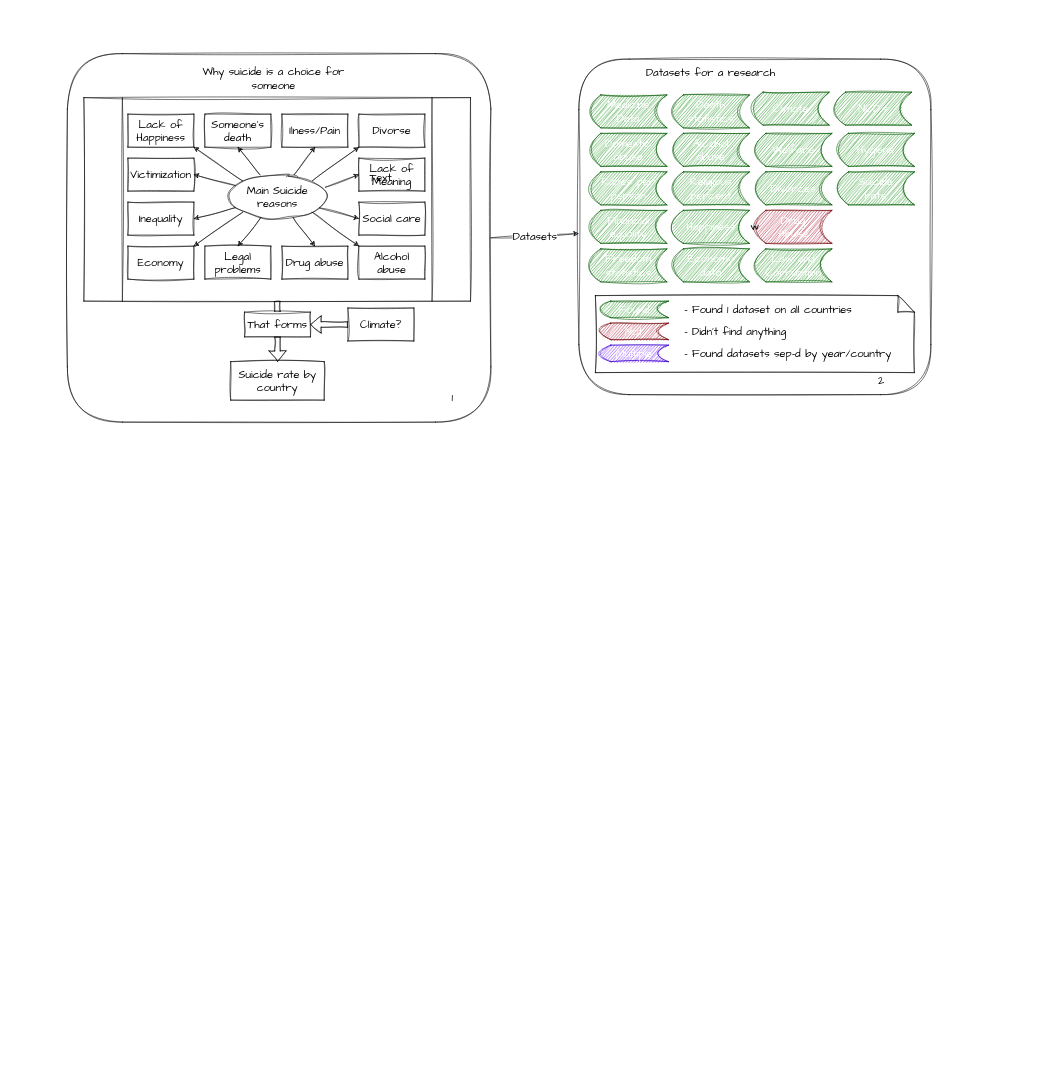
Above: Schema.drawio in BaakhOfficial/Suicide-Rate-Analysis (draw.io), before the change. Source tidied: cells renumbered, new cells numbered last; positions are measured from the earlier drawing's top-left corner, leaving out a move shared by most shapes. Both pictures are drawn from the tidied source at 55%, with x=0, y=0 at pixel (67, 53).
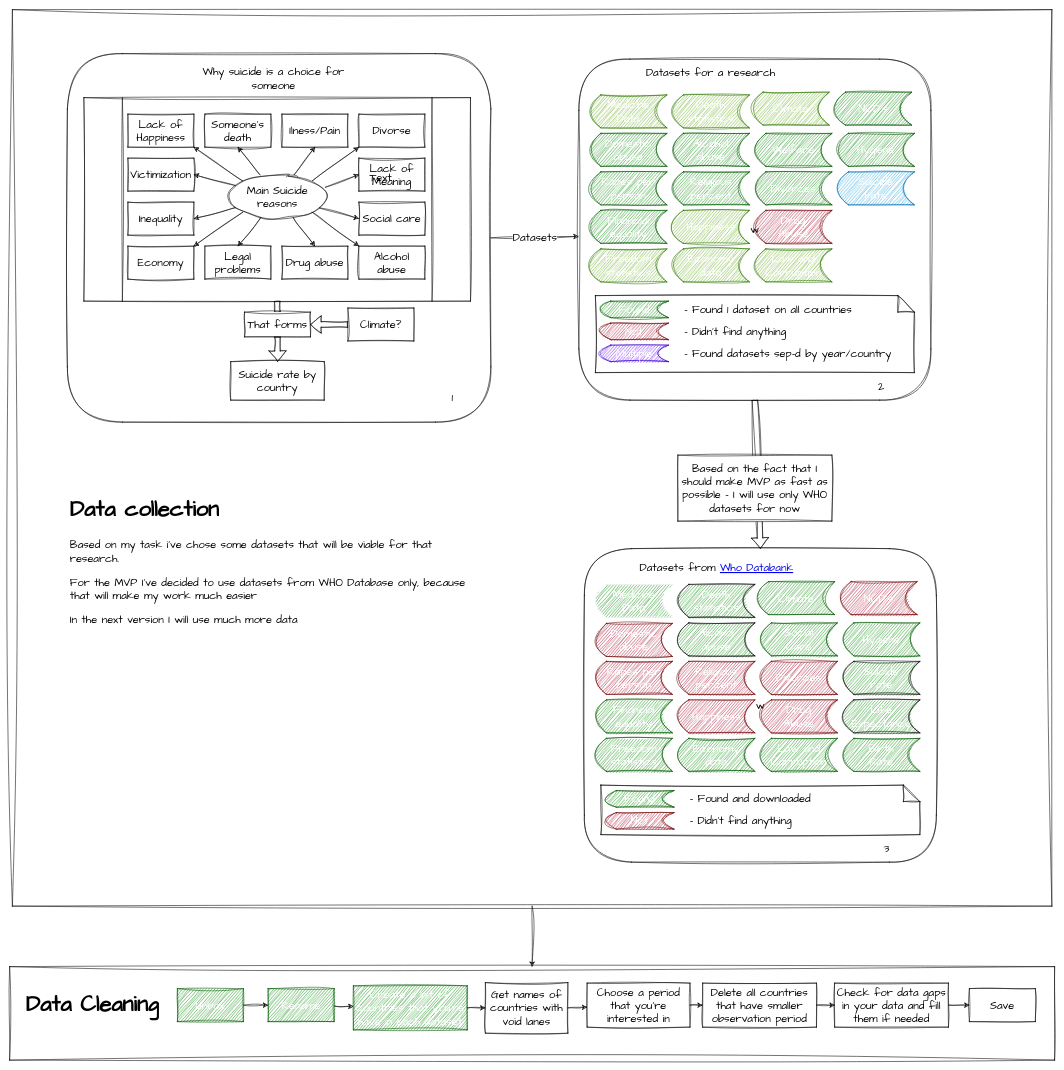
The same diagram, later.

Diff of the diagram source:
```diff
@@
+    <mxCell id="68" style="whiteSpace=wrap;html=1;fontSize=20;fontFamily=Architects Daughter;fillColor=none;rounded=0;sketch=1;hachureGap=4;jiggle=2;curveFitting=1;" parent="1" vertex="1">
+      <mxGeometry x="-105" y="1660" width="1900" height="170" as="geometry" />
+    </mxCell>
+    <mxCell id="69" style="edgeStyle=none;sketch=1;hachureGap=4;jiggle=2;curveFitting=1;html=1;fontFamily=Architects Daughter;fontSize=16;" parent="1" edge="1" source="70" target="68">
+      <mxGeometry relative="1" as="geometry" />
+    </mxCell>
+    <mxCell id="70" style="rounded=0;whiteSpace=wrap;html=1;sketch=1;hachureGap=4;jiggle=2;curveFitting=1;fontFamily=Architects Daughter;fontSize=20;fillColor=none;" parent="1" vertex="1">
+      <mxGeometry x="-100" y="-80" width="1890" height="1630" as="geometry" />
+    </mxCell>
+    <mxCell id="71" value="w" style="rounded=1;whiteSpace=wrap;html=1;sketch=1;hachureGap=4;jiggle=2;curveFitting=1;fontFamily=Architects Daughter;fontSize=20;fontColor=none;fillColor=none;" parent="1" vertex="1">
+      <mxGeometry x="940" y="900" width="640" height="570" as="geometry" />
+    </mxCell>
+    <mxCell id="72" style="shape=note;whiteSpace=wrap;html=1;backgroundOutline=1;darkOpacity=0.05;sketch=1;hachureGap=4;jiggle=2;curveFitting=1;fontFamily=Architects Daughter;fontSize=20;fillColor=none;" parent="1" vertex="1">
+      <mxGeometry x="970" y="1330" width="580" height="90" as="geometry" />
+    </mxCell>
     <mxCell id="2" value="w" style="rounded=1;whiteSpace=wrap;html=1;sketch=1;hachureGap=4;jiggle=2;curveFitting=1;fontFamily=Architects Daughter;fontSize=20;fontColor=none;fillColor=none;" parent="1" vertex="1">
-      <mxGeometry x="930" y="10" width="640" height="610" as="geometry" />
+      <mxGeometry x="930" y="10" width="640" height="620" as="geometry" />
     </mxCell>
@@
-    <mxCell id="39" value="Happiness" style="shape=dataStorage;whiteSpace=wrap;html=1;fixedSize=1;sketch=1;hachureGap=4;jiggle=2;curveFitting=1;fontFamily=Architects Daughter;fontSize=20;fillColor=#008a00;fontColor=#ffffff;strokeColor=#005700;" parent="1" vertex="1">
+    <mxCell id="39" value="Happiness" style="shape=dataStorage;whiteSpace=wrap;html=1;fixedSize=1;sketch=1;hachureGap=4;jiggle=2;curveFitting=1;fontFamily=Architects Daughter;fontSize=20;fillColor=#60a917;fontColor=#ffffff;strokeColor=#2D7600;" parent="1" vertex="1">
       <mxGeometry x="1100" y="285" width="140" height="60" as="geometry" />
     </mxCell>
@@
-    <mxCell id="44" value="Death statistics" style="shape=dataStorage;whiteSpace=wrap;html=1;fixedSize=1;sketch=1;hachureGap=4;jiggle=2;curveFitting=1;fontFamily=Architects Daughter;fontSize=20;fillColor=#008a00;fontColor=#ffffff;strokeColor=#005700;" parent="1" vertex="1">
+    <mxCell id="44" value="Death statistics" style="shape=dataStorage;whiteSpace=wrap;html=1;fixedSize=1;sketch=1;hachureGap=4;jiggle=2;curveFitting=1;fontFamily=Architects Daughter;fontSize=20;fillColor=#60a917;fontColor=#ffffff;strokeColor=#2D7600;" parent="1" vertex="1">
       <mxGeometry x="1100" y="75" width="140" height="60" as="geometry" />
     </mxCell>
-    <mxCell id="45" value="Medicine&lt;br&gt;Data" style="shape=dataStorage;whiteSpace=wrap;html=1;fixedSize=1;sketch=1;hachureGap=4;jiggle=2;curveFitting=1;fontFamily=Architects Daughter;fontSize=20;fillColor=#008a00;fontColor=#ffffff;strokeColor=#005700;" parent="1" vertex="1">
+    <mxCell id="45" value="Medicine&lt;br&gt;Data" style="shape=dataStorage;whiteSpace=wrap;html=1;fixedSize=1;sketch=1;hachureGap=4;jiggle=2;curveFitting=1;fontFamily=Architects Daughter;fontSize=20;fillColor=#60a917;fontColor=#ffffff;strokeColor=#2D7600;" parent="1" vertex="1">
       <mxGeometry x="950" y="75" width="140" height="60" as="geometry" />
     </mxCell>
@@
-    <mxCell id="49" value="Freedom statistics" style="shape=dataStorage;whiteSpace=wrap;html=1;fixedSize=1;sketch=1;hachureGap=4;jiggle=2;curveFitting=1;fontFamily=Architects Daughter;fontSize=20;fillColor=#008a00;fontColor=#ffffff;strokeColor=#005700;" parent="1" vertex="1">
+    <mxCell id="49" value="Freedom statistics" style="shape=dataStorage;whiteSpace=wrap;html=1;fixedSize=1;sketch=1;hachureGap=4;jiggle=2;curveFitting=1;fontFamily=Architects Daughter;fontSize=20;fillColor=#60a917;fontColor=#ffffff;strokeColor=#2D7600;" parent="1" vertex="1">
       <mxGeometry x="950" y="355" width="140" height="60" as="geometry" />
     </mxCell>
-    <mxCell id="50" value="Economy&lt;br&gt;data" style="shape=dataStorage;whiteSpace=wrap;html=1;fixedSize=1;sketch=1;hachureGap=4;jiggle=2;curveFitting=1;fontFamily=Architects Daughter;fontSize=20;fillColor=#008a00;fontColor=#ffffff;strokeColor=#005700;" parent="1" vertex="1">
+    <mxCell id="50" value="Economy&lt;br&gt;data" style="shape=dataStorage;whiteSpace=wrap;html=1;fixedSize=1;sketch=1;hachureGap=4;jiggle=2;curveFitting=1;fontFamily=Architects Daughter;fontSize=20;fillColor=#60a917;fontColor=#ffffff;strokeColor=#2D7600;" parent="1" vertex="1">
       <mxGeometry x="1100" y="355" width="140" height="60" as="geometry" />
     </mxCell>
-    <mxCell id="51" value="Law and Corruption" style="shape=dataStorage;whiteSpace=wrap;html=1;fixedSize=1;sketch=1;hachureGap=4;jiggle=2;curveFitting=1;fontFamily=Architects Daughter;fontSize=20;fillColor=#008a00;fontColor=#ffffff;strokeColor=#005700;" parent="1" vertex="1">
+    <mxCell id="51" value="Law and Corruption" style="shape=dataStorage;whiteSpace=wrap;html=1;fixedSize=1;sketch=1;hachureGap=4;jiggle=2;curveFitting=1;fontFamily=Architects Daughter;fontSize=20;fillColor=#60a917;fontColor=#ffffff;strokeColor=#2D7600;" parent="1" vertex="1">
       <mxGeometry x="1250" y="355" width="140" height="60" as="geometry" />
     </mxCell>
@@
-    <mxCell id="55" value="Suicide&lt;br&gt;rate" style="shape=dataStorage;whiteSpace=wrap;html=1;fixedSize=1;sketch=1;hachureGap=4;jiggle=2;curveFitting=1;fontFamily=Architects Daughter;fontSize=20;fillColor=#008a00;fontColor=#ffffff;strokeColor=#005700;" parent="1" vertex="1">
+    <mxCell id="55" value="Suicide&lt;br&gt;rate" style="shape=dataStorage;whiteSpace=wrap;html=1;fixedSize=1;sketch=1;hachureGap=4;jiggle=2;curveFitting=1;fontFamily=Architects Daughter;fontSize=20;fillColor=#1ba1e2;fontColor=#ffffff;strokeColor=#006EAF;" parent="1" vertex="1">
       <mxGeometry x="1400" y="215" width="140" height="60" as="geometry" />
     </mxCell>
@@
     <mxCell id="57" value="2" style="text;html=1;strokeColor=none;fillColor=none;align=center;verticalAlign=middle;whiteSpace=wrap;rounded=0;sketch=1;hachureGap=4;jiggle=2;curveFitting=1;fontFamily=Architects Daughter;fontSize=20;" parent="1" vertex="1">
-      <mxGeometry x="1450" y="580" width="60" height="30" as="geometry" />
+      <mxGeometry x="1450" y="590" width="60" height="30" as="geometry" />
     </mxCell>
-    <mxCell id="58" value="Climate" style="shape=dataStorage;whiteSpace=wrap;html=1;fixedSize=1;sketch=1;hachureGap=4;jiggle=2;curveFitting=1;fontFamily=Architects Daughter;fontSize=20;fillColor=#008a00;fontColor=#ffffff;strokeColor=#005700;" parent="1" vertex="1">
+    <mxCell id="58" value="Climate" style="shape=dataStorage;whiteSpace=wrap;html=1;fixedSize=1;sketch=1;hachureGap=4;jiggle=2;curveFitting=1;fontFamily=Architects Daughter;fontSize=20;fillColor=#60a917;fontColor=#ffffff;strokeColor=#2D7600;" parent="1" vertex="1">
       <mxGeometry x="1245" y="70" width="140" height="60" as="geometry" />
     </mxCell>
@@
+    <mxCell id="73" style="shape=flexArrow;endArrow=classic;html=1;sketch=1;hachureGap=4;jiggle=2;curveFitting=1;fontFamily=Architects Daughter;fontSize=16;exitX=0.5;exitY=1;exitDx=0;exitDy=0;entryX=0.5;entryY=0;entryDx=0;entryDy=0;" parent="1" edge="1" source="2" target="71">
+      <mxGeometry relative="1" as="geometry" />
+    </mxCell>
+    <mxCell id="74" value="Based on the fact that I should make MVP as fast as possible - I will use only WHO datasets for now" style="rounded=0;whiteSpace=wrap;html=1;sketch=1;hachureGap=4;jiggle=2;curveFitting=1;fontFamily=Architects Daughter;fontSize=20;" parent="1" vertex="1">
+      <mxGeometry x="1110" y="730" width="280" height="120" as="geometry" />
+    </mxCell>
+    <mxCell id="75" value="Alcohol &lt;br&gt;abuse" style="shape=dataStorage;whiteSpace=wrap;html=1;fixedSize=1;sketch=1;hachureGap=4;jiggle=2;curveFitting=1;fontFamily=Architects Daughter;fontSize=20;fillColor=#008a00;fontColor=#ffffff;strokeColor=default;" parent="1" vertex="1">
+      <mxGeometry x="1110" y="1035" width="140" height="60" as="geometry" />
+    </mxCell>
+    <mxCell id="76" value="Happiness" style="shape=dataStorage;whiteSpace=wrap;html=1;fixedSize=1;sketch=1;hachureGap=4;jiggle=2;curveFitting=1;fontFamily=Architects Daughter;fontSize=20;strokeColor=#6F0000;fillColor=#a20025;fontColor=#ffffff;" parent="1" vertex="1">
+      <mxGeometry x="1110" y="1175" width="140" height="60" as="geometry" />
+    </mxCell>
+    <mxCell id="77" value="Religious percent" style="shape=dataStorage;whiteSpace=wrap;html=1;fixedSize=1;sketch=1;hachureGap=4;jiggle=2;curveFitting=1;fontFamily=Architects Daughter;fontSize=20;strokeColor=#6F0000;fillColor=#a20025;fontColor=#ffffff;" parent="1" vertex="1">
+      <mxGeometry x="1110" y="1105" width="140" height="60" as="geometry" />
+    </mxCell>
+    <mxCell id="78" value="Death statistics" style="shape=dataStorage;whiteSpace=wrap;html=1;fixedSize=1;sketch=1;hachureGap=4;jiggle=2;curveFitting=1;fontFamily=Architects Daughter;fontSize=20;fillColor=#008a00;fontColor=#ffffff;strokeColor=default;" parent="1" vertex="1">
+      <mxGeometry x="1110" y="965" width="140" height="60" as="geometry" />
+    </mxCell>
+    <mxCell id="79" value="Medicine&lt;br&gt;Data" style="shape=dataStorage;whiteSpace=wrap;html=1;fixedSize=1;sketch=1;hachureGap=4;jiggle=2;curveFitting=1;fontFamily=Architects Daughter;fontSize=20;strokeColor=#F5F2F3;fillColor=#008a00;fontColor=#ffffff;" parent="1" vertex="1">
+      <mxGeometry x="960" y="965" width="140" height="60" as="geometry" />
+    </mxCell>
+    <mxCell id="80" value="Domestic abuse" style="shape=dataStorage;whiteSpace=wrap;html=1;fixedSize=1;sketch=1;hachureGap=4;jiggle=2;curveFitting=1;fontFamily=Architects Daughter;fontSize=20;strokeColor=#6F0000;fillColor=#a20025;fontColor=#ffffff;" parent="1" vertex="1">
+      <mxGeometry x="960" y="1036" width="140" height="60" as="geometry" />
+    </mxCell>
+    <mxCell id="81" value="Rapes per person" style="shape=dataStorage;whiteSpace=wrap;html=1;fixedSize=1;sketch=1;hachureGap=4;jiggle=2;curveFitting=1;fontFamily=Architects Daughter;fontSize=20;strokeColor=#6F0000;fillColor=#a20025;fontColor=#ffffff;" parent="1" vertex="1">
+      <mxGeometry x="960" y="1105" width="140" height="60" as="geometry" />
+    </mxCell>
+    <mxCell id="82" value="Financial equality" style="shape=dataStorage;whiteSpace=wrap;html=1;fixedSize=1;sketch=1;hachureGap=4;jiggle=2;curveFitting=1;fontFamily=Architects Daughter;fontSize=20;strokeColor=#005700;fillColor=#008a00;fontColor=#ffffff;" parent="1" vertex="1">
+      <mxGeometry x="960" y="1175" width="140" height="60" as="geometry" />
+    </mxCell>
+    <mxCell id="83" value="Freedom statistics" style="shape=dataStorage;whiteSpace=wrap;html=1;fixedSize=1;sketch=1;hachureGap=4;jiggle=2;curveFitting=1;fontFamily=Architects Daughter;fontSize=20;strokeColor=#005700;fillColor=#008a00;fontColor=#ffffff;" parent="1" vertex="1">
+      <mxGeometry x="960" y="1245" width="140" height="60" as="geometry" />
+    </mxCell>
+    <mxCell id="84" value="Economy&lt;br&gt;data" style="shape=dataStorage;whiteSpace=wrap;html=1;fixedSize=1;sketch=1;hachureGap=4;jiggle=2;curveFitting=1;fontFamily=Architects Daughter;fontSize=20;strokeColor=#005700;fillColor=#008a00;fontColor=#ffffff;" parent="1" vertex="1">
+      <mxGeometry x="1110" y="1245" width="140" height="60" as="geometry" />
+    </mxCell>
+    <mxCell id="85" value="Law and Corruption" style="shape=dataStorage;whiteSpace=wrap;html=1;fixedSize=1;sketch=1;hachureGap=4;jiggle=2;curveFitting=1;fontFamily=Architects Daughter;fontSize=20;strokeColor=#005700;fillColor=#008a00;fontColor=#ffffff;" parent="1" vertex="1">
+      <mxGeometry x="1260" y="1245" width="140" height="60" as="geometry" />
+    </mxCell>
+    <mxCell id="86" value="Drug&lt;br&gt;Abuse" style="shape=dataStorage;whiteSpace=wrap;html=1;fixedSize=1;sketch=1;hachureGap=4;jiggle=2;curveFitting=1;fontFamily=Architects Daughter;fontSize=20;strokeColor=#6F0000;fillColor=#a20025;fontColor=#ffffff;" parent="1" vertex="1">
+      <mxGeometry x="1260" y="1175" width="140" height="60" as="geometry" />
+    </mxCell>
+    <mxCell id="87" value="Divorces" style="shape=dataStorage;whiteSpace=wrap;html=1;fixedSize=1;sketch=1;hachureGap=4;jiggle=2;curveFitting=1;fontFamily=Architects Daughter;fontSize=20;strokeColor=#6F0000;fillColor=#a20025;fontColor=#ffffff;" parent="1" vertex="1">
+      <mxGeometry x="1260" y="1105" width="140" height="60" as="geometry" />
+    </mxCell>
+    <mxCell id="88" value="Social&lt;br&gt;Care" style="shape=dataStorage;whiteSpace=wrap;html=1;fixedSize=1;sketch=1;hachureGap=4;jiggle=2;curveFitting=1;fontFamily=Architects Daughter;fontSize=20;strokeColor=#005700;fillColor=#008a00;fontColor=#ffffff;" parent="1" vertex="1">
+      <mxGeometry x="1260" y="1035" width="140" height="60" as="geometry" />
+    </mxCell>
+    <mxCell id="89" value="Suicide&lt;br&gt;rate" style="shape=dataStorage;whiteSpace=wrap;html=1;fixedSize=1;sketch=1;hachureGap=4;jiggle=2;curveFitting=1;fontFamily=Architects Daughter;fontSize=20;fillColor=#008a00;fontColor=#ffffff;strokeColor=default;" parent="1" vertex="1">
+      <mxGeometry x="1410" y="1105" width="140" height="60" as="geometry" />
+    </mxCell>
+    <mxCell id="90" value="Datasets from &lt;a href=&quot;https://datacatalog.worldbank.org/search/dataset/0037712/World-Development-Indicators&quot;&gt;Who Databank&lt;/a&gt;" style="text;html=1;strokeColor=none;fillColor=none;align=center;verticalAlign=middle;whiteSpace=wrap;rounded=0;sketch=1;hachureGap=4;jiggle=2;curveFitting=1;fontFamily=Architects Daughter;fontSize=20;" parent="1" vertex="1">
+      <mxGeometry x="982.5" y="920" width="395" height="30" as="geometry" />
+    </mxCell>
+    <mxCell id="91" value="3" style="text;html=1;strokeColor=none;fillColor=none;align=center;verticalAlign=middle;whiteSpace=wrap;rounded=0;sketch=1;hachureGap=4;jiggle=2;curveFitting=1;fontFamily=Architects Daughter;fontSize=20;" parent="1" vertex="1">
+      <mxGeometry x="1460" y="1430" width="60" height="30" as="geometry" />
+    </mxCell>
+    <mxCell id="92" value="Climate" style="shape=dataStorage;whiteSpace=wrap;html=1;fixedSize=1;sketch=1;hachureGap=4;jiggle=2;curveFitting=1;fontFamily=Architects Daughter;fontSize=20;strokeColor=#005700;fillColor=#008a00;fontColor=#ffffff;" parent="1" vertex="1">
+      <mxGeometry x="1255" y="960" width="140" height="60" as="geometry" />
+    </mxCell>
+    <mxCell id="93" value="Found" style="shape=dataStorage;whiteSpace=wrap;html=1;fixedSize=1;sketch=1;hachureGap=4;jiggle=2;curveFitting=1;fontFamily=Architects Daughter;fontSize=20;fillColor=#008a00;fontColor=#ffffff;strokeColor=#005700;" parent="1" vertex="1">
+      <mxGeometry x="978" y="1340" width="125" height="30" as="geometry" />
+    </mxCell>
+    <mxCell id="94" value="Not" style="shape=dataStorage;whiteSpace=wrap;html=1;fixedSize=1;sketch=1;hachureGap=4;jiggle=2;curveFitting=1;fontFamily=Architects Daughter;fontSize=20;fillColor=#a20025;fontColor=#ffffff;strokeColor=#6F0000;" parent="1" vertex="1">
+      <mxGeometry x="978" y="1380" width="125" height="30" as="geometry" />
+    </mxCell>
+    <mxCell id="95" value="- Found and downloaded" style="text;html=1;strokeColor=none;fillColor=none;align=left;verticalAlign=middle;whiteSpace=wrap;rounded=0;sketch=1;hachureGap=4;jiggle=2;curveFitting=1;fontFamily=Architects Daughter;fontSize=20;" parent="1" vertex="1">
+      <mxGeometry x="1130" y="1340" width="370" height="30" as="geometry" />
+    </mxCell>
+    <mxCell id="96" value="- Didn't find anything" style="text;html=1;strokeColor=none;fillColor=none;align=left;verticalAlign=middle;whiteSpace=wrap;rounded=0;sketch=1;hachureGap=4;jiggle=2;curveFitting=1;fontFamily=Architects Daughter;fontSize=20;" parent="1" vertex="1">
+      <mxGeometry x="1130" y="1380" width="370" height="30" as="geometry" />
+    </mxCell>
+    <mxCell id="97" value="Hygiene" style="shape=dataStorage;whiteSpace=wrap;html=1;fixedSize=1;sketch=1;hachureGap=4;jiggle=2;curveFitting=1;fontFamily=Architects Daughter;fontSize=20;strokeColor=#005700;fillColor=#008a00;fontColor=#ffffff;" parent="1" vertex="1">
+      <mxGeometry x="1410" y="1035" width="140" height="60" as="geometry" />
+    </mxCell>
+    <mxCell id="98" value="NCD's" style="shape=dataStorage;whiteSpace=wrap;html=1;fixedSize=1;sketch=1;hachureGap=4;jiggle=2;curveFitting=1;fontFamily=Architects Daughter;fontSize=20;fillColor=#a20025;fontColor=#ffffff;strokeColor=#6F0000;" parent="1" vertex="1">
+      <mxGeometry x="1405" y="960" width="140" height="60" as="geometry" />
+    </mxCell>
+    <mxCell id="99" value="Life Expectancy" style="shape=dataStorage;whiteSpace=wrap;html=1;fixedSize=1;sketch=1;hachureGap=4;jiggle=2;curveFitting=1;fontFamily=Architects Daughter;fontSize=20;fillColor=#008a00;fontColor=#ffffff;strokeColor=default;" parent="1" vertex="1">
+      <mxGeometry x="1410" y="1175" width="140" height="60" as="geometry" />
+    </mxCell>
+    <mxCell id="100" value="Birth&lt;br&gt;Rate" style="shape=dataStorage;whiteSpace=wrap;html=1;fixedSize=1;sketch=1;hachureGap=4;jiggle=2;curveFitting=1;fontFamily=Architects Daughter;fontSize=20;strokeColor=#005700;fillColor=#008a00;fontColor=#ffffff;" parent="1" vertex="1">
+      <mxGeometry x="1410" y="1245" width="140" height="60" as="geometry" />
+    </mxCell>
+    <mxCell id="101" value="&lt;h1&gt;Data collection&lt;/h1&gt;&lt;p&gt;Based on my task i've chose some datasets that will be viable for that research.&amp;nbsp;&lt;/p&gt;&lt;p&gt;For the MVP I've decided to use datasets from WHO Database only, because that will make my work much easier&lt;/p&gt;&lt;p&gt;In the next version I will use much more data&lt;/p&gt;" style="text;html=1;strokeColor=none;fillColor=none;spacing=5;spacingTop=-20;whiteSpace=wrap;overflow=hidden;rounded=0;sketch=1;hachureGap=4;jiggle=2;curveFitting=1;fontFamily=Architects Daughter;fontSize=20;" parent="1" vertex="1">
+      <mxGeometry y="790" width="750" height="710" as="geometry" />
+    </mxCell>
+    <mxCell id="102" value="&lt;h1&gt;Data Cleaning&lt;/h1&gt;" style="text;html=1;strokeColor=none;fillColor=none;spacing=5;spacingTop=-20;whiteSpace=wrap;overflow=hidden;rounded=0;sketch=1;hachureGap=4;jiggle=2;curveFitting=1;fontFamily=Architects Daughter;fontSize=20;" parent="1" vertex="1">
+      <mxGeometry x="-80" y="1690" width="310" height="90" as="geometry" />
+    </mxCell>
+    <mxCell id="103" style="edgeStyle=none;sketch=1;hachureGap=4;jiggle=2;curveFitting=1;html=1;fontFamily=Architects Daughter;fontSize=16;" parent="1" edge="1" source="104" target="111">
+      <mxGeometry relative="1" as="geometry" />
+    </mxCell>
+    <mxCell id="104" value="Unbox" style="rounded=0;whiteSpace=wrap;html=1;sketch=1;hachureGap=4;jiggle=2;curveFitting=1;fontFamily=Architects Daughter;fontSize=20;fillColor=#008a00;fontColor=#ffffff;strokeColor=#005700;" parent="1" vertex="1">
+      <mxGeometry x="200" y="1700" width="120" height="60" as="geometry" />
+    </mxCell>
+    <mxCell id="105" style="edgeStyle=none;sketch=1;hachureGap=4;jiggle=2;curveFitting=1;html=1;fontFamily=Architects Daughter;fontSize=16;" parent="1" edge="1" source="106" target="116">
+      <mxGeometry relative="1" as="geometry" />
+    </mxCell>
+    <mxCell id="106" value="Delete all countries that have smaller observation period" style="rounded=0;whiteSpace=wrap;html=1;sketch=1;hachureGap=4;jiggle=2;curveFitting=1;fontFamily=Architects Daughter;fontSize=20;fillColor=default;" parent="1" vertex="1">
+      <mxGeometry x="1155" y="1690" width="207" height="80" as="geometry" />
+    </mxCell>
+    <mxCell id="107" style="edgeStyle=none;sketch=1;hachureGap=4;jiggle=2;curveFitting=1;html=1;fontFamily=Architects Daughter;fontSize=16;" parent="1" edge="1" source="108" target="106">
+      <mxGeometry relative="1" as="geometry" />
+    </mxCell>
+    <mxCell id="108" value="Choose a period that you're interested in" style="rounded=0;whiteSpace=wrap;html=1;sketch=1;hachureGap=4;jiggle=2;curveFitting=1;fontFamily=Architects Daughter;fontSize=20;fillColor=default;" parent="1" vertex="1">
+      <mxGeometry x="945" y="1690" width="187" height="80" as="geometry" />
+    </mxCell>
+    <mxCell id="109" value="Get names of countries with void lanes" style="rounded=0;whiteSpace=wrap;html=1;sketch=1;hachureGap=4;jiggle=2;curveFitting=1;fontFamily=Architects Daughter;fontSize=20;fillColor=default;" parent="1" vertex="1">
+      <mxGeometry x="760" y="1689" width="150" height="92" as="geometry" />
+    </mxCell>
+    <mxCell id="110" style="edgeStyle=none;sketch=1;hachureGap=4;jiggle=2;curveFitting=1;html=1;fontFamily=Architects Daughter;fontSize=16;" parent="1" edge="1" source="111" target="114">
+      <mxGeometry relative="1" as="geometry" />
+    </mxCell>
+    <mxCell id="111" value="Rename" style="rounded=0;whiteSpace=wrap;html=1;sketch=1;hachureGap=4;jiggle=2;curveFitting=1;fontFamily=Architects Daughter;fontSize=20;fillColor=#008a00;fontColor=#ffffff;strokeColor=#005700;" parent="1" vertex="1">
+      <mxGeometry x="365" y="1700" width="120" height="60" as="geometry" />
+    </mxCell>
+    <mxCell id="112" style="edgeStyle=none;sketch=1;hachureGap=4;jiggle=2;curveFitting=1;html=1;fontFamily=Architects Daughter;fontSize=16;exitX=1;exitY=0.5;exitDx=0;exitDy=0;" parent="1" edge="1" source="109" target="108">
+      <mxGeometry relative="1" as="geometry" />
+    </mxCell>
+    <mxCell id="113" style="edgeStyle=none;sketch=1;hachureGap=4;jiggle=2;curveFitting=1;html=1;fontFamily=Architects Daughter;fontSize=16;" parent="1" edge="1" source="114" target="109">
+      <mxGeometry relative="1" as="geometry" />
+    </mxCell>
+    <mxCell id="114" value="Create a list of countries that you're have in each dataset" style="rounded=0;whiteSpace=wrap;html=1;sketch=1;hachureGap=4;jiggle=2;curveFitting=1;fontFamily=Architects Daughter;fontSize=20;fillColor=#008a00;fontColor=#ffffff;strokeColor=#005700;" parent="1" vertex="1">
+      <mxGeometry x="520" y="1695" width="207" height="80" as="geometry" />
+    </mxCell>
+    <mxCell id="115" style="edgeStyle=none;sketch=1;hachureGap=4;jiggle=2;curveFitting=1;html=1;fontFamily=Architects Daughter;fontSize=16;" parent="1" edge="1" source="116" target="117">
+      <mxGeometry relative="1" as="geometry" />
+    </mxCell>
+    <mxCell id="116" value="Check for data gaps in your data and fill them if needed" style="rounded=0;whiteSpace=wrap;html=1;sketch=1;hachureGap=4;jiggle=2;curveFitting=1;fontFamily=Architects Daughter;fontSize=20;fillColor=default;" parent="1" vertex="1">
+      <mxGeometry x="1395" y="1690" width="207" height="80" as="geometry" />
+    </mxCell>
+    <mxCell id="117" value="Save" style="rounded=0;whiteSpace=wrap;html=1;sketch=1;hachureGap=4;jiggle=2;curveFitting=1;fontFamily=Architects Daughter;fontSize=20;fillColor=default;" parent="1" vertex="1">
+      <mxGeometry x="1640" y="1700" width="120" height="60" as="geometry" />
+    </mxCell>
```
